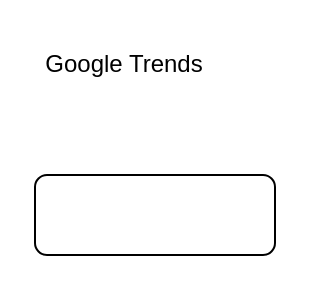
Above: drawio/keyword_optimize.drawio in VisableHarry/seo-drawio (draw.io), before the change. Source tidied: cells renumbered, new cells numbered last; positions are measured from the earlier drawing's top-left corner, leaving out a move shared by most shapes. Both pictures are drawn from the tidied source at 200%, with x=0, y=0 at pixel (34, 34).
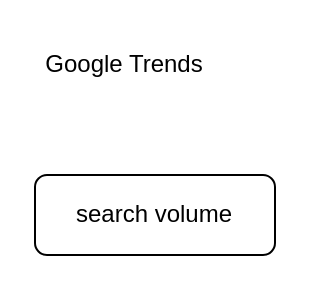
After the change.

What changed in the source:
```diff
@@
 <mxGraphModel>
   <root>
     <mxCell id="0" />
     <mxCell id="1" parent="0" />
-    <mxCell id="2" style="rounded=1;whiteSpace=wrap;html=1;" parent="1" vertex="1">
+    <mxCell id="2" value="search volume" style="rounded=1;whiteSpace=wrap;html=1;" parent="1" vertex="1">
       <mxGeometry y="70" width="120" height="40" as="geometry" />
     </mxCell>
     <mxCell id="3" value="Google Trends" style="text;html=1;align=center;verticalAlign=middle;whiteSpace=wrap;rounded=0;" parent="1" vertex="1">
       <mxGeometry width="90" height="30" as="geometry" />
     </mxCell>
   </root>
 </mxGraphModel>
```
